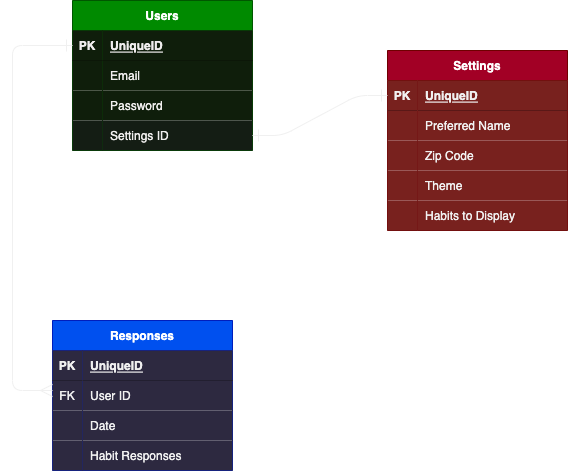
mylesw27/correl8 keeps this draw.io diagram as ERD.drawio.png. Above is the earlier version. Source tidied: cells renumbered, new cells last; positions are measured from the earlier drawing's top-left corner, leaving out a move shared by most shapes.
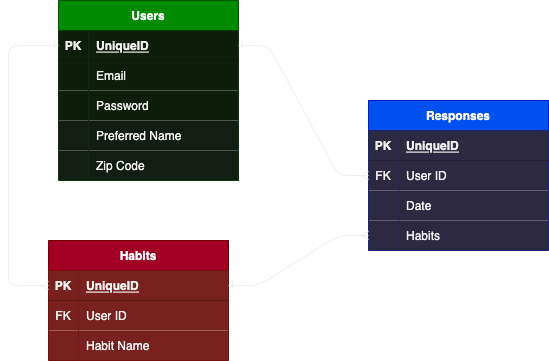
The same file after the commit.

What changed in the source:
```diff
@@ -3,7 +3,7 @@
     <mxCell id="0" />
     <mxCell id="1" parent="0" />
     <mxCell id="2" value="Users" style="shape=table;startSize=30;rowLines=0;fontStyle=1;align=center;fillColor=#008a00;fontColor=#ffffff;strokeColor=#005700;" parent="1" vertex="1">
-      <mxGeometry x="60" width="180" height="150" as="geometry" />
+      <mxGeometry x="140" y="60" width="180" height="180" as="geometry" />
     </mxCell>
     <mxCell id="3" style="shape=tableRow;horizontal=0;startSize=0;swimlaneHead=0;swimlaneBody=0;fillColor=none;points=[[0,0.5],[1,0.5]];portConstraint=eastwest;top=0;left=0;right=0;bottom=1;" parent="2" vertex="1">
       <mxGeometry y="30" width="180" height="30" as="geometry" />
@@ -32,17 +32,26 @@
     <mxCell id="11" value="Password" style="shape=partialRectangle;fillColor=#0F1E0B;top=0;left=0;bottom=0;right=0;align=left;spacingLeft=6;overflow=hidden;fontColor=#F0EEEE;" parent="9" vertex="1">
       <mxGeometry x="30" width="150" height="30" as="geometry" />
     </mxCell>
-    <mxCell id="12" style="shape=tableRow;horizontal=0;startSize=0;swimlaneHead=0;swimlaneBody=0;fillColor=none;points=[[0,0.5],[1,0.5]];portConstraint=eastwest;top=0;left=0;right=0;bottom=0;" parent="2" vertex="1">
-      <mxGeometry y="120" width="180" height="30" as="geometry" />
-    </mxCell>
-    <mxCell id="13" style="shape=partialRectangle;fillColor=#141D14;top=0;left=0;bottom=0;right=0;overflow=hidden;fontColor=#F0EEEE;" parent="12" vertex="1">
-      <mxGeometry width="30" height="30" as="geometry" />
-    </mxCell>
-    <mxCell id="14" value="Settings ID" style="shape=partialRectangle;fillColor=#141D14;top=0;left=0;bottom=0;right=0;align=left;spacingLeft=6;overflow=hidden;fontColor=#F0EEEE;" parent="12" vertex="1">
-      <mxGeometry x="30" width="150" height="30" as="geometry" />
-    </mxCell>
+    <mxCell id="46" style="shape=tableRow;horizontal=0;startSize=0;swimlaneHead=0;swimlaneBody=0;fillColor=none;top=0;left=0;right=0;bottom=0;" parent="2" vertex="1">
+      <mxGeometry y="120" width="180" height="30" as="geometry" />
+    </mxCell>
+    <mxCell id="47" style="shape=partialRectangle;fillColor=#141D14;top=0;left=0;bottom=0;right=0;overflow=hidden;fontColor=#F0EEEE;" parent="46" vertex="1">
+      <mxGeometry width="30" height="30" as="geometry" />
+    </mxCell>
+    <mxCell id="21" value="Preferred Name" style="shape=partialRectangle;fillColor=#141D14;top=0;left=0;bottom=0;right=0;align=left;spacingLeft=6;overflow=hidden;fontColor=#F0EEEE;" parent="46" vertex="1">
+      <mxGeometry x="30" width="150" height="30" as="geometry" />
+    </mxCell>
+    <mxCell id="28" style="shape=tableRow;horizontal=0;startSize=0;swimlaneHead=0;swimlaneBody=0;fillColor=none;top=0;left=0;right=0;bottom=0;" parent="2" vertex="1">
+      <mxGeometry y="150" width="180" height="30" as="geometry" />
+    </mxCell>
+    <mxCell id="48" style="shape=partialRectangle;fillColor=#141D14;top=0;left=0;bottom=0;right=0;overflow=hidden;fontColor=#F0EEEE;" parent="28" vertex="1">
+      <mxGeometry width="30" height="30" as="geometry" />
+    </mxCell>
+    <mxCell id="24" value="Zip Code" style="shape=partialRectangle;fillColor=#141D14;top=0;left=0;bottom=0;right=0;align=left;spacingLeft=6;overflow=hidden;fontColor=#F0EEEE;" parent="28" vertex="1">
+      <mxGeometry x="30" width="150" height="30" as="geometry" />
+    </mxCell>
-    <mxCell id="15" value="Settings" style="shape=table;startSize=30;rowLines=0;fontStyle=1;align=center;fillColor=#a20025;fontColor=#ffffff;strokeColor=#6F0000;" parent="1" vertex="1">
-      <mxGeometry x="375" y="50" width="180" height="180" as="geometry" />
+    <mxCell id="15" value="Habits" style="shape=table;startSize=30;rowLines=0;fontStyle=1;align=center;fillColor=#a20025;fontColor=#ffffff;strokeColor=#6F0000;" parent="1" vertex="1">
+      <mxGeometry x="130" y="300" width="180" height="120" as="geometry" />
     </mxCell>
     <mxCell id="16" style="shape=tableRow;horizontal=0;startSize=0;swimlaneHead=0;swimlaneBody=0;fillColor=none;points=[[0,0.5],[1,0.5]];portConstraint=eastwest;top=0;left=0;right=0;bottom=1;" parent="15" vertex="1">
       <mxGeometry y="30" width="180" height="30" as="geometry" />
@@ -56,44 +65,26 @@
     <mxCell id="19" style="shape=tableRow;horizontal=0;startSize=0;swimlaneHead=0;swimlaneBody=0;fillColor=none;top=0;left=0;right=0;bottom=0;" parent="15" vertex="1">
       <mxGeometry y="60" width="180" height="30" as="geometry" />
     </mxCell>
-    <mxCell id="20" style="shape=partialRectangle;fillColor=#78211E;top=0;left=0;bottom=0;right=0;overflow=hidden;fontColor=#F0F0F0;" parent="19" vertex="1">
-      <mxGeometry width="30" height="30" as="geometry" />
-    </mxCell>
-    <mxCell id="21" value="Preferred Name" style="shape=partialRectangle;fillColor=#78211E;top=0;left=0;bottom=0;right=0;align=left;spacingLeft=6;overflow=hidden;fontColor=#F0F0F0;" parent="19" vertex="1">
-      <mxGeometry x="30" width="150" height="30" as="geometry" />
-    </mxCell>
+    <mxCell id="49" value="FK" style="shape=partialRectangle;fillColor=#78211E;top=0;left=0;bottom=0;right=0;overflow=hidden;fontColor=#F0F0F0;" parent="19" vertex="1">
+      <mxGeometry width="30" height="30" as="geometry" />
+    </mxCell>
+    <mxCell id="50" value="User ID" style="shape=partialRectangle;fillColor=#78211E;top=0;left=0;bottom=0;right=0;align=left;spacingLeft=6;overflow=hidden;fontColor=#F0F0F0;" parent="19" vertex="1">
+      <mxGeometry x="30" width="150" height="30" as="geometry" />
+    </mxCell>
     <mxCell id="22" style="shape=tableRow;horizontal=0;startSize=0;swimlaneHead=0;swimlaneBody=0;fillColor=none;top=0;left=0;right=0;bottom=0;" parent="15" vertex="1">
       <mxGeometry y="90" width="180" height="30" as="geometry" />
     </mxCell>
-    <mxCell id="23" style="shape=partialRectangle;fillColor=#78211E;top=0;left=0;bottom=0;right=0;overflow=hidden;fontColor=#F0F0F0;" parent="22" vertex="1">
-      <mxGeometry width="30" height="30" as="geometry" />
-    </mxCell>
-    <mxCell id="24" value="Zip Code" style="shape=partialRectangle;fillColor=#78211E;top=0;left=0;bottom=0;right=0;align=left;spacingLeft=6;overflow=hidden;fontColor=#F0F0F0;" parent="22" vertex="1">
-      <mxGeometry x="30" width="150" height="30" as="geometry" />
-    </mxCell>
-    <mxCell id="25" style="shape=tableRow;horizontal=0;startSize=0;swimlaneHead=0;swimlaneBody=0;fillColor=none;top=0;left=0;right=0;bottom=0;" parent="15" vertex="1">
-      <mxGeometry y="120" width="180" height="30" as="geometry" />
-    </mxCell>
-    <mxCell id="26" style="shape=partialRectangle;fillColor=#78211E;top=0;left=0;bottom=0;right=0;overflow=hidden;fontColor=#F0F0F0;" parent="25" vertex="1">
-      <mxGeometry width="30" height="30" as="geometry" />
-    </mxCell>
-    <mxCell id="27" value="Theme" style="shape=partialRectangle;fillColor=#78211E;top=0;left=0;bottom=0;right=0;align=left;spacingLeft=6;overflow=hidden;fontColor=#F0F0F0;" parent="25" vertex="1">
-      <mxGeometry x="30" width="150" height="30" as="geometry" />
-    </mxCell>
-    <mxCell id="28" style="shape=tableRow;horizontal=0;startSize=0;swimlaneHead=0;swimlaneBody=0;fillColor=none;top=0;left=0;right=0;bottom=0;" parent="15" vertex="1">
-      <mxGeometry y="150" width="180" height="30" as="geometry" />
-    </mxCell>
-    <mxCell id="29" style="shape=partialRectangle;fillColor=#78211E;top=0;left=0;bottom=0;right=0;overflow=hidden;fontColor=#F0F0F0;" parent="28" vertex="1">
-      <mxGeometry width="30" height="30" as="geometry" />
-    </mxCell>
-    <mxCell id="30" value="Habits to Display" style="shape=partialRectangle;fillColor=#78211E;top=0;left=0;bottom=0;right=0;align=left;spacingLeft=6;overflow=hidden;fontColor=#F0F0F0;" parent="28" vertex="1">
-      <mxGeometry x="30" width="150" height="30" as="geometry" />
-    </mxCell>
+    <mxCell id="51" style="shape=partialRectangle;fillColor=#78211E;top=0;left=0;bottom=0;right=0;overflow=hidden;fontColor=#F0F0F0;" parent="22" vertex="1">
+      <mxGeometry width="30" height="30" as="geometry" />
+    </mxCell>
+    <mxCell id="52" value="Habit Name" style="shape=partialRectangle;fillColor=#78211E;top=0;left=0;bottom=0;right=0;align=left;spacingLeft=6;overflow=hidden;fontColor=#F0F0F0;" parent="22" vertex="1">
+      <mxGeometry x="30" width="150" height="30" as="geometry" />
+    </mxCell>
-    <mxCell id="31" style="edgeStyle=entityRelationEdgeStyle;fontSize=12;html=1;endArrow=ERone;endFill=1;entryX=0;entryY=0.5;entryDx=0;entryDy=0;exitX=1;exitY=0.5;exitDx=0;exitDy=0;startArrow=ERone;startFill=0;endSize=10;startSize=10;strokeColor=#F0F0F0;" parent="1" edge="1" source="12" target="16">
+    <mxCell id="31" style="edgeStyle=entityRelationEdgeStyle;fontSize=12;html=1;endArrow=ERone;endFill=1;entryX=0;entryY=0.5;entryDx=0;entryDy=0;exitX=1;exitY=0.5;exitDx=0;exitDy=0;startArrow=ERone;startFill=0;endSize=10;startSize=10;strokeColor=#F0F0F0;" parent="1" edge="1" source="x" target="16">
       <mxGeometry relative="1" as="geometry" />
     </mxCell>
     <mxCell id="32" value="Responses" style="shape=table;startSize=30;rowLines=0;fontStyle=1;align=center;fillColor=#0050ef;fontColor=#ffffff;strokeColor=#001DBC;" parent="1" vertex="1">
-      <mxGeometry x="40" y="320" width="180" height="150" as="geometry" />
+      <mxGeometry x="450" y="160" width="180" height="150" as="geometry" />
     </mxCell>
     <mxCell id="33" style="shape=tableRow;horizontal=0;startSize=0;swimlaneHead=0;swimlaneBody=0;fillColor=none;top=0;left=0;right=0;bottom=1;" parent="32" vertex="1">
       <mxGeometry y="30" width="180" height="30" as="geometry" />
@@ -128,17 +119,21 @@
     <mxCell id="43" style="shape=partialRectangle;fillColor=#2D2940;top=0;left=0;bottom=0;right=0;overflow=hidden;fontColor=#F0F0F0;" parent="42" vertex="1">
       <mxGeometry width="30" height="30" as="geometry" />
     </mxCell>
-    <mxCell id="44" value="Habit Responses" style="shape=partialRectangle;fillColor=#2D2940;top=0;left=0;bottom=0;right=0;align=left;spacingLeft=6;overflow=hidden;fontColor=#F0F0F0;" parent="42" vertex="1">
+    <mxCell id="44" value="Habits" style="shape=partialRectangle;fillColor=#2D2940;top=0;left=0;bottom=0;right=0;align=left;spacingLeft=6;overflow=hidden;fontColor=#F0F0F0;" parent="42" vertex="1">
       <mxGeometry x="30" width="150" height="30" as="geometry" />
     </mxCell>
-    <mxCell id="45" style="edgeStyle=orthogonalEdgeStyle;fontSize=12;html=1;endArrow=ERmany;startSize=10;endSize=10;exitX=0;exitY=0.5;exitDx=0;exitDy=0;rounded=1;startArrow=ERone;startFill=0;strokeColor=#F0F0F0;" parent="1" edge="1" source="3">
-      <mxGeometry relative="1" as="geometry">
-        <mxPoint x="40" y="390" as="targetPoint" />
-        <Array as="points">
-          <mxPoint y="45" />
-          <mxPoint y="390" />
-        </Array>
-      </mxGeometry>
-    </mxCell>
+    <mxCell id="53" style="edgeStyle=entityRelationEdgeStyle;fontSize=12;html=1;endArrow=ERone;exitX=0;exitY=0.5;exitDx=0;exitDy=0;endFill=0;startArrow=ERmany;startFill=0;entryX=1;entryY=0.5;entryDx=0;entryDy=0;strokeColor=#F0F0F0;" parent="1" edge="1" source="42" target="16">
+      <mxGeometry relative="1" as="geometry" />
+    </mxCell>
+    <mxCell id="54" style="edgeStyle=entityRelationEdgeStyle;fontSize=12;html=1;endArrow=ERmany;entryX=0;entryY=0.5;entryDx=0;entryDy=0;exitX=1;exitY=0.5;exitDx=0;exitDy=0;startArrow=ERone;startFill=0;strokeColor=#F0F0F0;" parent="1" edge="1" source="3" target="36">
+      <mxGeometry relative="1" as="geometry" />
+    </mxCell>
+    <mxCell id="55" style="edgeStyle=elbowEdgeStyle;fontSize=12;html=1;endArrow=ERone;entryX=0;entryY=0.5;entryDx=0;entryDy=0;exitX=0;exitY=0.5;exitDx=0;exitDy=0;endFill=0;startArrow=ERmany;startFill=0;strokeColor=#F0F0F0;" parent="1" edge="1" source="16" target="3">
+      <mxGeometry relative="1" as="geometry">
+        <Array as="points">
+          <mxPoint x="90" y="220" />
+        </Array>
+      </mxGeometry>
+    </mxCell>
   </root>
 </mxGraphModel>
```
